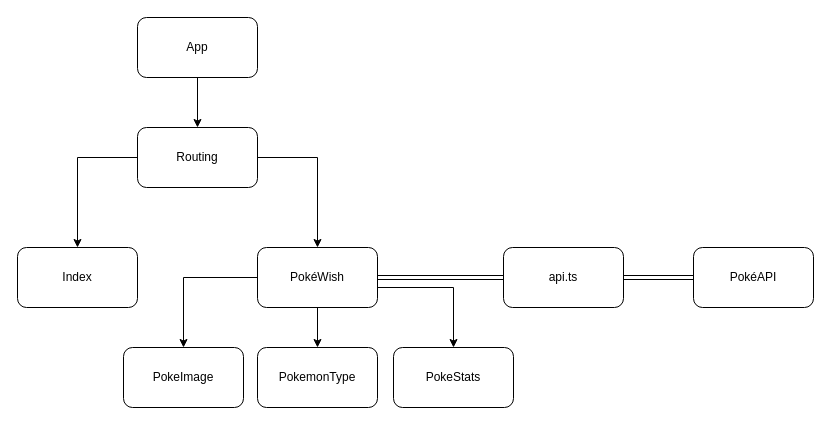
This is Unbenanntes Diagramm.drawio from DaniDevOfficial/NativeWish, a draw.io file, before an edit. Source tidied: cells renumbered, new cells numbered last; positions are measured from the earlier drawing's top-left corner, leaving out a move shared by most shapes. Both pictures are drawn from the tidied source at 100%, with x=0, y=0 at pixel (17, 17).
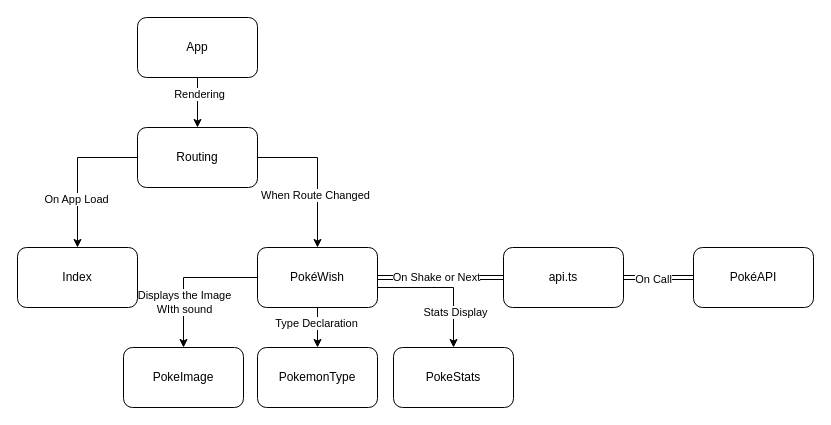
The same diagram, later.

The change refers to these unchanged cells:
```xml
<mxCell id="2" style="edgeStyle=orthogonalEdgeStyle;rounded=0;jettySize=auto;html=1;" parent="1" edge="1" source="3" target="6">
  <mxGeometry relative="1" as="geometry" />
</mxCell>
<mxCell id="4" style="edgeStyle=orthogonalEdgeStyle;rounded=0;jettySize=auto;html=1;entryX=0.5;entryY=0;entryDx=0;entryDy=0;" parent="1" edge="1" source="6" target="12">
  <mxGeometry relative="1" as="geometry">
    <Array as="points">
      <mxPoint x="300" y="140" />
    </Array>
  </mxGeometry>
</mxCell>
<mxCell id="5" style="edgeStyle=orthogonalEdgeStyle;rounded=0;jettySize=auto;html=1;" parent="1" edge="1" source="6" target="7">
  <mxGeometry relative="1" as="geometry">
    <Array as="points">
      <mxPoint x="60" y="140" />
    </Array>
  </mxGeometry>
</mxCell>
<mxCell id="8" style="edgeStyle=orthogonalEdgeStyle;rounded=0;jettySize=auto;html=1;entryX=0;entryY=0.5;entryDx=0;entryDy=0;shape=link;" parent="1" edge="1" source="12" target="17">
  <mxGeometry relative="1" as="geometry" />
</mxCell>
<mxCell id="9" style="edgeStyle=orthogonalEdgeStyle;rounded=0;jettySize=auto;html=1;entryX=0.5;entryY=0;entryDx=0;entryDy=0;" parent="1" edge="1" source="12" target="13">
  <mxGeometry relative="1" as="geometry" />
</mxCell>
<mxCell id="10" style="edgeStyle=orthogonalEdgeStyle;rounded=0;jettySize=auto;html=1;entryX=0.5;entryY=0;entryDx=0;entryDy=0;" parent="1" edge="1" source="12" target="14">
  <mxGeometry relative="1" as="geometry" />
</mxCell>
<mxCell id="11" style="edgeStyle=orthogonalEdgeStyle;rounded=0;jettySize=auto;html=1;" parent="1" edge="1" source="12" target="15">
  <mxGeometry relative="1" as="geometry">
    <Array as="points">
      <mxPoint x="436" y="270" />
    </Array>
  </mxGeometry>
</mxCell>
<mxCell id="16" style="edgeStyle=orthogonalEdgeStyle;rounded=0;jettySize=auto;html=1;shape=link;" parent="1" edge="1" source="17" target="18">
  <mxGeometry relative="1" as="geometry" />
</mxCell>
```

Change to the diagram source:
```diff
@@
+    <mxCell id="19" value="Rendering" style="edgeLabel;html=1;align=center;verticalAlign=middle;" parent="2" vertex="1">
+      <mxGeometry x="-0.37" y="1" relative="1" as="geometry" />
+    </mxCell>
@@
+    <mxCell id="20" value="When Route Changed" style="edgeLabel;html=1;align=center;verticalAlign=middle;" parent="4" vertex="1">
+      <mxGeometry x="0.29" y="-3" relative="1" as="geometry" />
+    </mxCell>
@@
+    <mxCell id="21" value="On App Load" style="edgeLabel;html=1;align=center;verticalAlign=middle;" parent="5" vertex="1">
+      <mxGeometry x="0.34" y="-2" relative="1" as="geometry" />
+    </mxCell>
@@
+    <mxCell id="22" value="On Shake or Next" style="edgeLabel;html=1;align=center;verticalAlign=middle;" parent="8" vertex="1">
+      <mxGeometry x="-0.08" y="1" relative="1" as="geometry" />
+    </mxCell>
@@
+    <mxCell id="23" value="Displays the Image&lt;div&gt;WIth sound&lt;/div&gt;" style="edgeLabel;html=1;align=center;verticalAlign=middle;" parent="9" vertex="1">
+      <mxGeometry x="0.36" relative="1" as="geometry" />
+    </mxCell>
@@
+    <mxCell id="24" value="Type Declaration" style="edgeLabel;html=1;align=center;verticalAlign=middle;" parent="10" vertex="1">
+      <mxGeometry x="-0.26" y="-2" relative="1" as="geometry" />
+    </mxCell>
@@
+    <mxCell id="25" value="Stats Display" style="edgeLabel;html=1;align=center;verticalAlign=middle;" parent="11" vertex="1">
+      <mxGeometry x="0.47" y="1" relative="1" as="geometry" />
+    </mxCell>
@@
+    <mxCell id="26" value="On Call" style="edgeLabel;html=1;align=center;verticalAlign=middle;" parent="16" vertex="1">
+      <mxGeometry x="-0.18" y="-1" relative="1" as="geometry" />
+    </mxCell>
```
